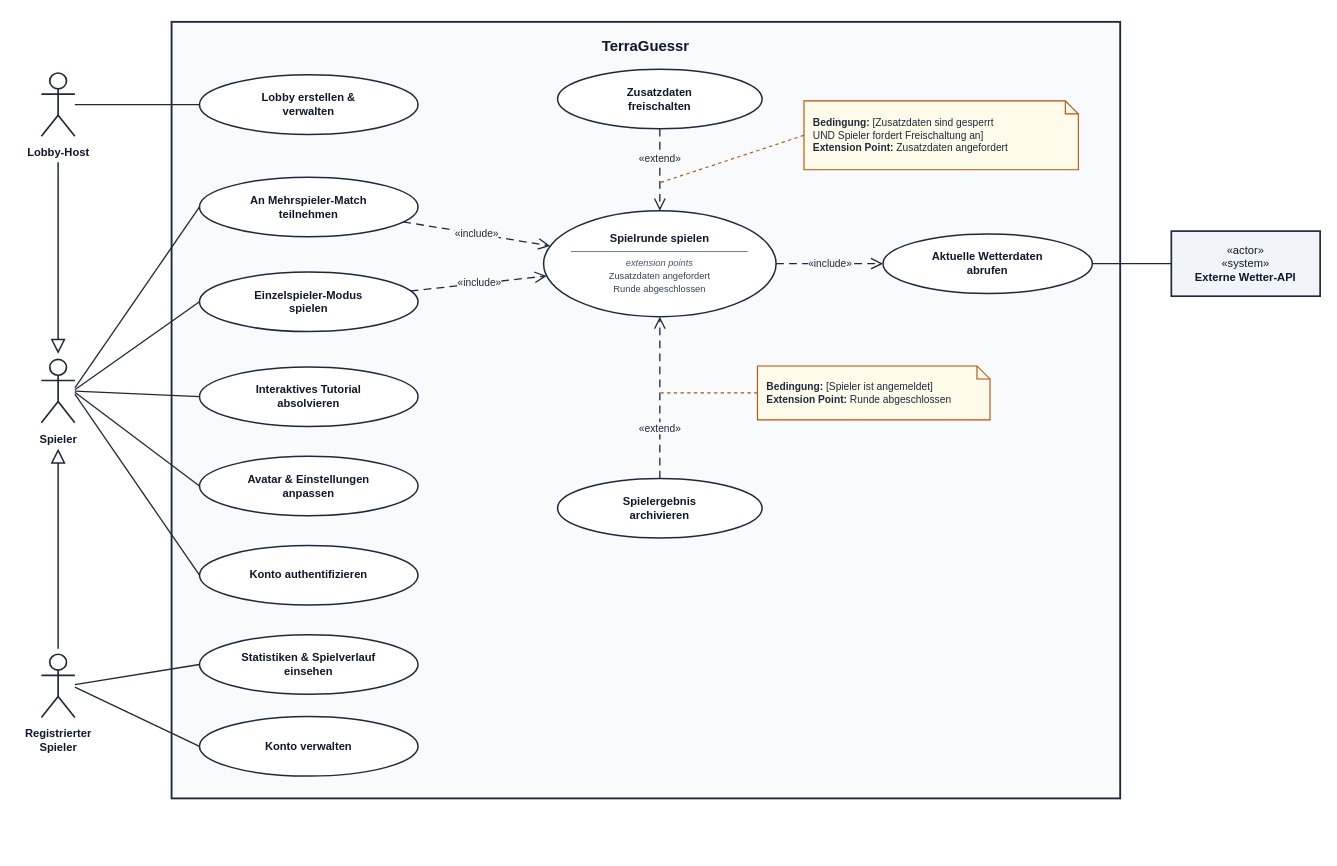
Earlier version of the draw.io diagram docs/uml/use-case-diagram-de.drawio (HWR-SE-Project/TerraGuessr). Source tidied: cells renumbered, new cells numbered last; positions are measured from the earlier drawing's top-left corner, leaving out a move shared by most shapes. Both pictures are drawn from the tidied source at 93%, with x=0, y=0 at pixel (41, 21).
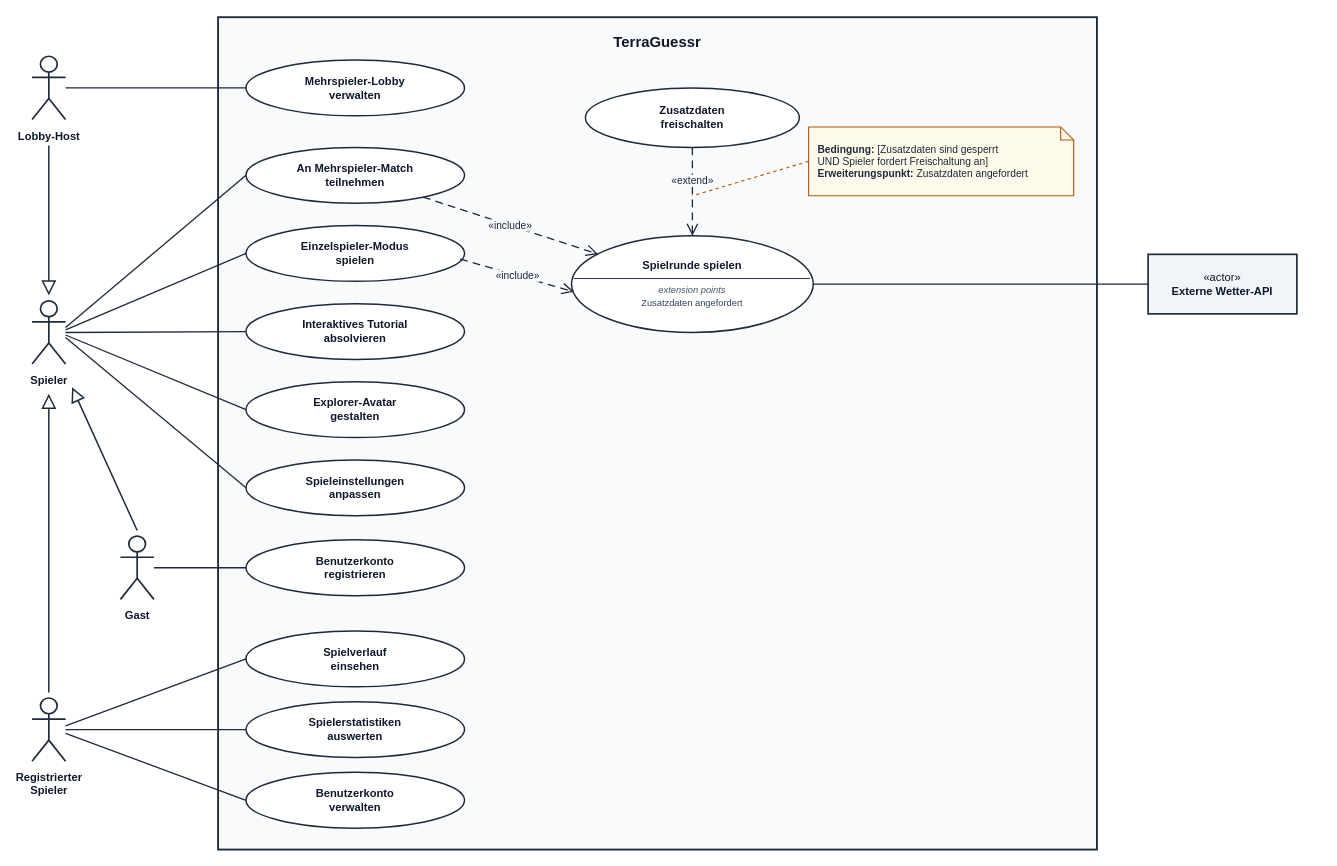
After the change.

Commit message (it also covers changes not shown here):
docs(uml): refine actor generalizations and use case diagram description

What changed in the source:
```diff
@@
     <mxCell id="2" value="&lt;b style=&quot;font-size:16px;&quot;&gt;TerraGuessr&lt;/b&gt;" style="rounded=0;whiteSpace=wrap;html=1;verticalAlign=top;align=center;spacingTop=10;fillColor=#F8FAFC;strokeColor=#1E293B;strokeWidth=2;fontFamily=Helvetica;fontColor=#0F172A;" parent="1" vertex="1">
-      <mxGeometry x="140" width="1020" height="835" as="geometry" />
+      <mxGeometry x="190" y="-5" width="945" height="895" as="geometry" />
     </mxCell>
     <mxCell id="3" value="Lobby-Host" style="shape=umlActor;verticalLabelPosition=bottom;verticalAlign=top;html=1;outlineConnect=0;fillColor=#FFFFFF;strokeColor=#1E293B;strokeWidth=1.8;fontFamily=Helvetica;fontSize=12;fontStyle=1;fontColor=#0F172A;spacingTop=4;" parent="1" vertex="1">
-      <mxGeometry y="55" width="36" height="68" as="geometry" />
+      <mxGeometry x="-10" y="37" width="36" height="68" as="geometry" />
     </mxCell>
     <mxCell id="4" value="Spieler" style="shape=umlActor;verticalLabelPosition=bottom;verticalAlign=top;html=1;outlineConnect=0;fillColor=#FFFFFF;strokeColor=#1E293B;strokeWidth=1.8;fontFamily=Helvetica;fontSize=12;fontStyle=1;fontColor=#0F172A;spacingTop=4;" parent="1" vertex="1">
-      <mxGeometry y="363" width="36" height="68" as="geometry" />
+      <mxGeometry x="-10" y="300" width="36" height="68" as="geometry" />
     </mxCell>
+    <mxCell id="39" value="Gast" style="shape=umlActor;verticalLabelPosition=bottom;verticalAlign=top;html=1;outlineConnect=0;fillColor=#FFFFFF;strokeColor=#1E293B;strokeWidth=1.8;fontFamily=Helvetica;fontSize=12;fontStyle=1;fontColor=#0F172A;spacingTop=4;" parent="1" vertex="1">
+      <mxGeometry x="85" y="553" width="36" height="68" as="geometry" />
+    </mxCell>
     <mxCell id="5" value="Registrierter&#10;Spieler" style="shape=umlActor;verticalLabelPosition=bottom;verticalAlign=top;html=1;outlineConnect=0;fillColor=#FFFFFF;strokeColor=#1E293B;strokeWidth=1.8;fontFamily=Helvetica;fontSize=12;fontStyle=1;fontColor=#0F172A;spacingTop=4;" parent="1" vertex="1">
-      <mxGeometry y="680" width="36" height="68" as="geometry" />
+      <mxGeometry x="-10" y="727" width="36" height="68" as="geometry" />
     </mxCell>
-    <mxCell id="6" value="&amp;laquo;actor&amp;raquo;&lt;br/&gt;&amp;laquo;system&amp;raquo;&lt;br/&gt;&lt;b&gt;Externe Wetter-API&lt;/b&gt;" style="rounded=0;whiteSpace=wrap;html=1;fillColor=#F1F5F9;strokeColor=#1E293B;strokeWidth=1.8;fontFamily=Helvetica;fontSize=12;fontColor=#0F172A;align=center;verticalAlign=middle;" parent="1" vertex="1">
-      <mxGeometry x="1215" y="225" width="160" height="70" as="geometry" />
+    <mxCell id="6" value="&amp;laquo;actor&amp;raquo;&lt;br/&gt;&lt;b&gt;Externe Wetter-API&lt;/b&gt;" style="rounded=0;whiteSpace=wrap;html=1;fillColor=#F1F5F9;strokeColor=#1E293B;strokeWidth=1.8;fontFamily=Helvetica;fontSize=12;fontColor=#0F172A;align=center;verticalAlign=middle;" parent="1" vertex="1">
+      <mxGeometry x="1190" y="250" width="160" height="64" as="geometry" />
     </mxCell>
@@
+    <mxCell id="40" style="endArrow=block;endFill=0;endSize=12;html=1;strokeColor=#1E293B;strokeWidth=1.6;exitX=0.5;exitY=0;exitDx=0;exitDy=-6;exitPerimeter=0;entryX=1;entryY=1;entryDx=7;entryDy=25;entryPerimeter=0;" parent="1" edge="1" source="39" target="4">
+      <mxGeometry relative="1" as="geometry" />
+    </mxCell>
-    <mxCell id="8" style="endArrow=block;endFill=0;endSize=12;html=1;strokeColor=#1E293B;strokeWidth=1.6;exitX=0.5;exitY=0;exitDx=0;exitDy=-6;exitPerimeter=0;entryX=0.5;entryY=1;entryDx=0;entryDy=28;entryPerimeter=0;" parent="1" edge="1" source="5" target="4">
+    <mxCell id="8" style="endArrow=block;endFill=0;endSize=12;html=1;strokeColor=#1E293B;strokeWidth=1.6;exitX=0.5;exitY=0;exitDx=0;exitDy=-6;exitPerimeter=0;entryX=0.5;entryY=1;entryDx=0;entryDy=32;entryPerimeter=0;" parent="1" edge="1" source="5" target="4">
       <mxGeometry relative="1" as="geometry" />
     </mxCell>
-    <mxCell id="9" value="Lobby erstellen &amp;amp;&#10;verwalten" style="ellipse;whiteSpace=wrap;html=1;fillColor=#FFFFFF;strokeColor=#1E293B;strokeWidth=1.6;fontFamily=Helvetica;fontSize=12;fontStyle=1;fontColor=#0F172A;" parent="1" vertex="1">
-      <mxGeometry x="170" y="57" width="235" height="64" as="geometry" />
+    <mxCell id="9" value="Mehrspieler-Lobby&#10;verwalten" style="ellipse;whiteSpace=wrap;html=1;fillColor=#FFFFFF;strokeColor=#1E293B;strokeWidth=1.6;fontFamily=Helvetica;fontSize=12;fontStyle=1;fontColor=#0F172A;" parent="1" vertex="1">
+      <mxGeometry x="220" y="41" width="235" height="60" as="geometry" />
     </mxCell>
     <mxCell id="10" value="An Mehrspieler-Match&#10;teilnehmen" style="ellipse;whiteSpace=wrap;html=1;fillColor=#FFFFFF;strokeColor=#1E293B;strokeWidth=1.6;fontFamily=Helvetica;fontSize=12;fontStyle=1;fontColor=#0F172A;" parent="1" vertex="1">
-      <mxGeometry x="170" y="167" width="235" height="64" as="geometry" />
+      <mxGeometry x="220" y="135" width="235" height="60" as="geometry" />
     </mxCell>
     <mxCell id="11" value="Einzelspieler-Modus&#10;spielen" style="ellipse;whiteSpace=wrap;html=1;fillColor=#FFFFFF;strokeColor=#1E293B;strokeWidth=1.6;fontFamily=Helvetica;fontSize=12;fontStyle=1;fontColor=#0F172A;" parent="1" vertex="1">
-      <mxGeometry x="170" y="269" width="235" height="64" as="geometry" />
+      <mxGeometry x="220" y="219" width="235" height="60" as="geometry" />
     </mxCell>
     <mxCell id="12" value="Interaktives Tutorial&#10;absolvieren" style="ellipse;whiteSpace=wrap;html=1;fillColor=#FFFFFF;strokeColor=#1E293B;strokeWidth=1.6;fontFamily=Helvetica;fontSize=12;fontStyle=1;fontColor=#0F172A;" parent="1" vertex="1">
-      <mxGeometry x="170" y="371" width="235" height="64" as="geometry" />
+      <mxGeometry x="220" y="303" width="235" height="60" as="geometry" />
     </mxCell>
-    <mxCell id="13" value="Avatar &amp;amp; Einstellungen&#10;anpassen" style="ellipse;whiteSpace=wrap;html=1;fillColor=#FFFFFF;strokeColor=#1E293B;strokeWidth=1.6;fontFamily=Helvetica;fontSize=12;fontStyle=1;fontColor=#0F172A;" parent="1" vertex="1">
-      <mxGeometry x="170" y="467" width="235" height="64" as="geometry" />
-    </mxCell>
-    <mxCell id="14" value="Konto authentifizieren" style="ellipse;whiteSpace=wrap;html=1;fillColor=#FFFFFF;strokeColor=#1E293B;strokeWidth=1.6;fontFamily=Helvetica;fontSize=12;fontStyle=1;fontColor=#0F172A;" parent="1" vertex="1">
-      <mxGeometry x="170" y="563" width="235" height="64" as="geometry" />
-    </mxCell>
+    <mxCell id="41" value="Explorer-Avatar&#10;gestalten" style="ellipse;whiteSpace=wrap;html=1;fillColor=#FFFFFF;strokeColor=#1E293B;strokeWidth=1.6;fontFamily=Helvetica;fontSize=12;fontStyle=1;fontColor=#0F172A;" parent="1" vertex="1">
+      <mxGeometry x="220" y="387" width="235" height="60" as="geometry" />
+    </mxCell>
+    <mxCell id="42" value="Spieleinstellungen&#10;anpassen" style="ellipse;whiteSpace=wrap;html=1;fillColor=#FFFFFF;strokeColor=#1E293B;strokeWidth=1.6;fontFamily=Helvetica;fontSize=12;fontStyle=1;fontColor=#0F172A;" parent="1" vertex="1">
+      <mxGeometry x="220" y="471" width="235" height="60" as="geometry" />
+    </mxCell>
+    <mxCell id="43" value="Benutzerkonto&#10;registrieren" style="ellipse;whiteSpace=wrap;html=1;fillColor=#FFFFFF;strokeColor=#1E293B;strokeWidth=1.6;fontFamily=Helvetica;fontSize=12;fontStyle=1;fontColor=#0F172A;" parent="1" vertex="1">
+      <mxGeometry x="220" y="557" width="235" height="60" as="geometry" />
+    </mxCell>
-    <mxCell id="15" value="Statistiken &amp;amp; Spielverlauf&#10;einsehen" style="ellipse;whiteSpace=wrap;html=1;fillColor=#FFFFFF;strokeColor=#1E293B;strokeWidth=1.6;fontFamily=Helvetica;fontSize=12;fontStyle=1;fontColor=#0F172A;" parent="1" vertex="1">
-      <mxGeometry x="170" y="659" width="235" height="64" as="geometry" />
+    <mxCell id="15" value="Spielverlauf&#10;einsehen" style="ellipse;whiteSpace=wrap;html=1;fillColor=#FFFFFF;strokeColor=#1E293B;strokeWidth=1.6;fontFamily=Helvetica;fontSize=12;fontStyle=1;fontColor=#0F172A;" parent="1" vertex="1">
+      <mxGeometry x="220" y="655" width="235" height="60" as="geometry" />
     </mxCell>
+    <mxCell id="44" value="Spielerstatistiken&#10;auswerten" style="ellipse;whiteSpace=wrap;html=1;fillColor=#FFFFFF;strokeColor=#1E293B;strokeWidth=1.6;fontFamily=Helvetica;fontSize=12;fontStyle=1;fontColor=#0F172A;" parent="1" vertex="1">
+      <mxGeometry x="220" y="731" width="235" height="60" as="geometry" />
+    </mxCell>
-    <mxCell id="16" value="Konto verwalten" style="ellipse;whiteSpace=wrap;html=1;fillColor=#FFFFFF;strokeColor=#1E293B;strokeWidth=1.6;fontFamily=Helvetica;fontSize=12;fontStyle=1;fontColor=#0F172A;" parent="1" vertex="1">
-      <mxGeometry x="170" y="747" width="235" height="64" as="geometry" />
+    <mxCell id="16" value="Benutzerkonto&#10;verwalten" style="ellipse;whiteSpace=wrap;html=1;fillColor=#FFFFFF;strokeColor=#1E293B;strokeWidth=1.6;fontFamily=Helvetica;fontSize=12;fontStyle=1;fontColor=#0F172A;" parent="1" vertex="1">
+      <mxGeometry x="220" y="807" width="235" height="60" as="geometry" />
     </mxCell>
     <mxCell id="17" value="Zusatzdaten&#10;freischalten" style="ellipse;whiteSpace=wrap;html=1;fillColor=#FFFFFF;strokeColor=#1E293B;strokeWidth=1.6;fontFamily=Helvetica;fontSize=12;fontStyle=1;fontColor=#0F172A;" parent="1" vertex="1">
-      <mxGeometry x="555" y="51" width="220" height="64" as="geometry" />
+      <mxGeometry x="585" y="71" width="230" height="64" as="geometry" />
     </mxCell>
-    <mxCell id="18" value="&lt;b&gt;Spielrunde spielen&lt;/b&gt;&lt;div style=&quot;border-top:1px solid #64748B;width:190px;margin:6px auto 4px auto;&quot;&gt;&lt;/div&gt;&lt;span style=&quot;font-size:10px;font-style:italic;color:#475569;&quot;&gt;extension points&lt;/span&gt;&lt;br/&gt;&lt;span style=&quot;font-size:10px;color:#334155;&quot;&gt;Zusatzdaten angefordert&lt;br/&gt;Runde abgeschlossen&lt;/span&gt;" style="ellipse;whiteSpace=wrap;html=1;fillColor=#FFFFFF;strokeColor=#1E293B;strokeWidth=1.6;fontFamily=Helvetica;fontSize=12;fontColor=#0F172A;" parent="1" vertex="1">
-      <mxGeometry x="540" y="203" width="250" height="114" as="geometry" />
+    <mxCell id="18" value="&lt;b&gt;Spielrunde spielen&lt;/b&gt;&lt;div style=&quot;border-top:1.4px solid #1E293B;width:254px;margin:6px auto 4px auto;&quot;&gt;&lt;/div&gt;&lt;span style=&quot;font-size:10px;font-style:italic;color:#475569;&quot;&gt;extension points&lt;/span&gt;&lt;br/&gt;&lt;span style=&quot;font-size:10px;color:#334155;&quot;&gt;Zusatzdaten angefordert&lt;/span&gt;" style="ellipse;whiteSpace=wrap;html=1;fillColor=#FFFFFF;strokeColor=#1E293B;strokeWidth=1.6;fontFamily=Helvetica;fontSize=12;fontColor=#0F172A;" parent="1" vertex="1">
+      <mxGeometry x="570" y="230" width="260" height="104" as="geometry" />
     </mxCell>
-    <mxCell id="19" value="Spielergebnis&#10;archivieren" style="ellipse;whiteSpace=wrap;html=1;fillColor=#FFFFFF;strokeColor=#1E293B;strokeWidth=1.6;fontFamily=Helvetica;fontSize=12;fontStyle=1;fontColor=#0F172A;" parent="1" vertex="1">
-      <mxGeometry x="555" y="491" width="220" height="64" as="geometry" />
-    </mxCell>
-    <mxCell id="20" value="Aktuelle Wetterdaten&#10;abrufen" style="ellipse;whiteSpace=wrap;html=1;fillColor=#FFFFFF;strokeColor=#1E293B;strokeWidth=1.6;fontFamily=Helvetica;fontSize=12;fontStyle=1;fontColor=#0F172A;" parent="1" vertex="1">
-      <mxGeometry x="905" y="228" width="225" height="64" as="geometry" />
-    </mxCell>
@@
-    <mxCell id="22" style="endArrow=none;html=1;strokeColor=#1E293B;strokeWidth=1.4;exitX=1;exitY=0.45;exitDx=0;exitDy=0;exitPerimeter=0;entryX=0;entryY=0.5;entryDx=0;entryDy=0;" parent="1" edge="1" source="4" target="10">
+    <mxCell id="22" style="endArrow=none;html=1;strokeColor=#1E293B;strokeWidth=1.4;exitX=1;exitY=0.42;exitDx=0;exitDy=0;exitPerimeter=0;entryX=0;entryY=0.5;entryDx=0;entryDy=0;" parent="1" edge="1" source="4" target="10">
       <mxGeometry relative="1" as="geometry" />
     </mxCell>
-    <mxCell id="23" style="endArrow=none;html=1;strokeColor=#1E293B;strokeWidth=1.4;exitX=1;exitY=0.48;exitDx=0;exitDy=0;exitPerimeter=0;entryX=0;entryY=0.5;entryDx=0;entryDy=0;" parent="1" edge="1" source="4" target="11">
+    <mxCell id="23" style="endArrow=none;html=1;strokeColor=#1E293B;strokeWidth=1.4;exitX=1;exitY=0.46;exitDx=0;exitDy=0;exitPerimeter=0;entryX=0;entryY=0.5;entryDx=0;entryDy=0;" parent="1" edge="1" source="4" target="11">
       <mxGeometry relative="1" as="geometry" />
     </mxCell>
@@
-    <mxCell id="25" style="endArrow=none;html=1;strokeColor=#1E293B;strokeWidth=1.4;exitX=1;exitY=0.52;exitDx=0;exitDy=0;exitPerimeter=0;entryX=0;entryY=0.5;entryDx=0;entryDy=0;" parent="1" edge="1" source="4" target="13">
+    <mxCell id="25" style="endArrow=none;html=1;strokeColor=#1E293B;strokeWidth=1.4;exitX=1;exitY=0.54;exitDx=0;exitDy=0;exitPerimeter=0;entryX=0;entryY=0.5;entryDx=0;entryDy=0;" parent="1" edge="1" source="4" target="41">
       <mxGeometry relative="1" as="geometry" />
     </mxCell>
-    <mxCell id="26" style="endArrow=none;html=1;strokeColor=#1E293B;strokeWidth=1.4;exitX=1;exitY=0.55;exitDx=0;exitDy=0;exitPerimeter=0;entryX=0;entryY=0.5;entryDx=0;entryDy=0;" parent="1" edge="1" source="4" target="14">
-      <mxGeometry relative="1" as="geometry" />
-    </mxCell>
+    <mxCell id="45" style="endArrow=none;html=1;strokeColor=#1E293B;strokeWidth=1.4;exitX=1;exitY=0.58;exitDx=0;exitDy=0;exitPerimeter=0;entryX=0;entryY=0.5;entryDx=0;entryDy=0;" parent="1" edge="1" source="4" target="42">
+      <mxGeometry relative="1" as="geometry" />
+    </mxCell>
+    <mxCell id="46" style="endArrow=none;html=1;strokeColor=#1E293B;strokeWidth=1.4;exitX=1;exitY=0.5;exitDx=0;exitDy=0;exitPerimeter=0;entryX=0;entryY=0.5;entryDx=0;entryDy=0;" parent="1" edge="1" source="39" target="43">
+      <mxGeometry relative="1" as="geometry" />
+    </mxCell>
-    <mxCell id="27" style="endArrow=none;html=1;strokeColor=#1E293B;strokeWidth=1.4;exitX=1;exitY=0.48;exitDx=0;exitDy=0;exitPerimeter=0;entryX=0;entryY=0.5;entryDx=0;entryDy=0;" parent="1" edge="1" source="5" target="15">
+    <mxCell id="27" style="endArrow=none;html=1;strokeColor=#1E293B;strokeWidth=1.4;exitX=1;exitY=0.44;exitDx=0;exitDy=0;exitPerimeter=0;entryX=0;entryY=0.5;entryDx=0;entryDy=0;" parent="1" edge="1" source="5" target="15">
       <mxGeometry relative="1" as="geometry" />
     </mxCell>
+    <mxCell id="47" style="endArrow=none;html=1;strokeColor=#1E293B;strokeWidth=1.4;exitX=1;exitY=0.5;exitDx=0;exitDy=0;exitPerimeter=0;entryX=0;entryY=0.5;entryDx=0;entryDy=0;" parent="1" edge="1" source="5" target="44">
+      <mxGeometry relative="1" as="geometry" />
+    </mxCell>
-    <mxCell id="28" style="endArrow=none;html=1;strokeColor=#1E293B;strokeWidth=1.4;exitX=1;exitY=0.52;exitDx=0;exitDy=0;exitPerimeter=0;entryX=0;entryY=0.5;entryDx=0;entryDy=0;" parent="1" edge="1" source="5" target="16">
+    <mxCell id="28" style="endArrow=none;html=1;strokeColor=#1E293B;strokeWidth=1.4;exitX=1;exitY=0.56;exitDx=0;exitDy=0;exitPerimeter=0;entryX=0;entryY=0.5;entryDx=0;entryDy=0;" parent="1" edge="1" source="5" target="16">
       <mxGeometry relative="1" as="geometry" />
     </mxCell>
-    <mxCell id="29" style="endArrow=none;html=1;strokeColor=#1E293B;strokeWidth=1.4;exitX=1;exitY=0.5;exitDx=0;exitDy=0;entryX=0;entryY=0.5;entryDx=0;entryDy=0;" parent="1" edge="1" source="20" target="6">
-      <mxGeometry relative="1" as="geometry" />
-    </mxCell>
+    <mxCell id="48" style="endArrow=none;html=1;strokeColor=#1E293B;strokeWidth=1.4;exitX=1;exitY=0.5;exitDx=0;exitDy=0;entryX=0;entryY=0.5;entryDx=0;entryDy=0;" parent="1" edge="1" source="18" target="6">
+      <mxGeometry relative="1" as="geometry" />
+    </mxCell>
-    <mxCell id="30" value="&amp;laquo;include&amp;raquo;" style="endArrow=open;endFill=0;endSize=10;dashed=1;dashPattern=6 4;html=1;strokeColor=#1E293B;strokeWidth=1.4;fontFamily=Helvetica;fontSize=11;fontColor=#1E293B;labelBackgroundColor=#F8FAFC;" parent="1" edge="1" source="10" target="18">
+    <mxCell id="30" value="&amp;laquo;include&amp;raquo;" style="endArrow=open;endFill=0;endSize=10;dashed=1;dashPattern=6 4;html=1;strokeColor=#1E293B;strokeWidth=1.4;fontFamily=Helvetica;fontSize=11;fontColor=#1E293B;labelBackgroundColor=#F8FAFC;exitX=0.81;exitY=0.89;exitDx=0;exitDy=0;exitPerimeter=0;entryX=0.11;entryY=0.19;entryDx=0;entryDy=0;entryPerimeter=0;" parent="1" edge="1" source="10" target="18">
       <mxGeometry relative="1" as="geometry" />
     </mxCell>
-    <mxCell id="31" value="&amp;laquo;include&amp;raquo;" style="endArrow=open;endFill=0;endSize=10;dashed=1;dashPattern=6 4;html=1;strokeColor=#1E293B;strokeWidth=1.4;fontFamily=Helvetica;fontSize=11;fontColor=#1E293B;labelBackgroundColor=#F8FAFC;" parent="1" edge="1" source="11" target="18">
+    <mxCell id="31" value="&amp;laquo;include&amp;raquo;" style="endArrow=open;endFill=0;endSize=10;dashed=1;dashPattern=6 4;html=1;strokeColor=#1E293B;strokeWidth=1.4;fontFamily=Helvetica;fontSize=11;fontColor=#1E293B;labelBackgroundColor=#F8FAFC;exitX=0.98;exitY=0.6;exitDx=0;exitDy=0;exitPerimeter=0;entryX=0.01;entryY=0.58;entryDx=0;entryDy=0;entryPerimeter=0;" parent="1" edge="1" source="11" target="18">
       <mxGeometry relative="1" as="geometry" />
     </mxCell>
-    <mxCell id="32" value="&amp;laquo;include&amp;raquo;" style="endArrow=open;endFill=0;endSize=10;dashed=1;dashPattern=6 4;html=1;strokeColor=#1E293B;strokeWidth=1.4;fontFamily=Helvetica;fontSize=11;fontColor=#1E293B;labelBackgroundColor=#F8FAFC;" parent="1" edge="1" source="18" target="20">
-      <mxGeometry relative="1" as="geometry" />
-    </mxCell>
     <mxCell id="33" value="&amp;laquo;extend&amp;raquo;" style="endArrow=open;endFill=0;endSize=10;dashed=1;dashPattern=6 4;html=1;strokeColor=#1E293B;strokeWidth=1.4;fontFamily=Helvetica;fontSize=11;fontColor=#1E293B;labelBackgroundColor=#F8FAFC;exitX=0.5;exitY=1;exitDx=0;exitDy=0;entryX=0.5;entryY=0;entryDx=0;entryDy=0;" parent="1" edge="1" source="17" target="18">
-      <mxGeometry x="-0.28" relative="1" as="geometry" />
+      <mxGeometry x="-0.25" relative="1" as="geometry" />
     </mxCell>
-    <mxCell id="34" value="&amp;laquo;extend&amp;raquo;" style="endArrow=open;endFill=0;endSize=10;dashed=1;dashPattern=6 4;html=1;strokeColor=#1E293B;strokeWidth=1.4;fontFamily=Helvetica;fontSize=11;fontColor=#1E293B;labelBackgroundColor=#F8FAFC;exitX=0.5;exitY=0;exitDx=0;exitDy=0;entryX=0.5;entryY=1;entryDx=0;entryDy=0;" parent="1" edge="1" source="19" target="18">
-      <mxGeometry x="-0.38" relative="1" as="geometry" />
-    </mxCell>
-    <mxCell id="35" value="&lt;b&gt;Bedingung:&lt;/b&gt; [Zusatzdaten sind gesperrt&lt;br/&gt;UND Spieler fordert Freischaltung an]&lt;br/&gt;&lt;b&gt;Extension Point:&lt;/b&gt; Zusatzdaten angefordert" style="shape=note;whiteSpace=wrap;html=1;backgroundOutline=1;size=14;fillColor=#FFFBEB;strokeColor=#B45309;strokeWidth=1.2;fontFamily=Helvetica;fontSize=11;fontColor=#1E293B;align=left;spacingLeft=8;spacingRight=10;" parent="1" vertex="1">
-      <mxGeometry x="820" y="85" width="295" height="74" as="geometry" />
+    <mxCell id="35" value="&lt;b&gt;Bedingung:&lt;/b&gt; [Zusatzdaten sind gesperrt&lt;br/&gt;UND Spieler fordert Freischaltung an]&lt;br/&gt;&lt;b&gt;Erweiterungspunkt:&lt;/b&gt; Zusatzdaten angefordert" style="shape=note;whiteSpace=wrap;html=1;backgroundOutline=1;size=14;fillColor=#FFFBEB;strokeColor=#B45309;strokeWidth=1.2;fontFamily=Helvetica;fontSize=11;fontColor=#1E293B;align=left;spacingLeft=8;spacingRight=10;" parent="1" vertex="1">
+      <mxGeometry x="825" y="113" width="285" height="74" as="geometry" />
     </mxCell>
     <mxCell id="36" style="endArrow=none;dashed=1;dashPattern=3 3;html=1;strokeColor=#B45309;strokeWidth=1.2;exitX=0;exitY=0.5;exitDx=0;exitDy=0;" parent="1" edge="1" source="35">
       <mxGeometry relative="1" as="geometry">
-        <mxPoint x="665" y="173" as="targetPoint" />
+        <mxPoint x="700" y="187" as="targetPoint" />
       </mxGeometry>
     </mxCell>
-    <mxCell id="37" value="&lt;b&gt;Bedingung:&lt;/b&gt; [Spieler ist angemeldet]&lt;br/&gt;&lt;b&gt;Extension Point:&lt;/b&gt; Runde abgeschlossen" style="shape=note;whiteSpace=wrap;html=1;backgroundOutline=1;size=14;fillColor=#FFFBEB;strokeColor=#B45309;strokeWidth=1.2;fontFamily=Helvetica;fontSize=11;fontColor=#1E293B;align=left;spacingLeft=8;spacingRight=10;" parent="1" vertex="1">
-      <mxGeometry x="770" y="370" width="250" height="58" as="geometry" />
-    </mxCell>
-    <mxCell id="38" style="endArrow=none;dashed=1;dashPattern=3 3;html=1;strokeColor=#B45309;strokeWidth=1.2;exitX=0;exitY=0.5;exitDx=0;exitDy=0;" parent="1" edge="1" source="37">
-      <mxGeometry relative="1" as="geometry">
-        <mxPoint x="665" y="399" as="targetPoint" />
-      </mxGeometry>
-    </mxCell>
```
